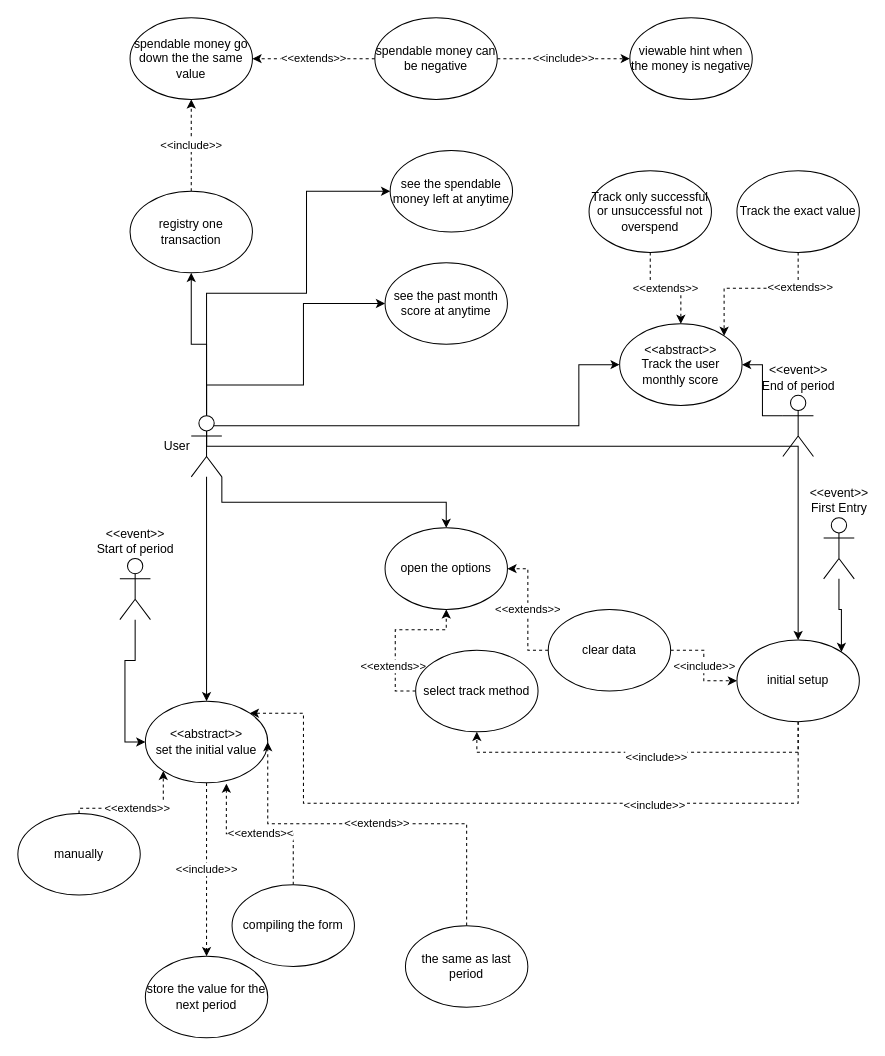
This is Untitled Diagram.drawio from HSCnoKenju/DoggyBank, a draw.io file, before an edit. Source tidied: cells renumbered, new cells numbered last; positions are measured from the earlier drawing's top-left corner, leaving out a move shared by most shapes. Both pictures are drawn from the tidied source at 102%, with x=0, y=0 at pixel (17, 17).
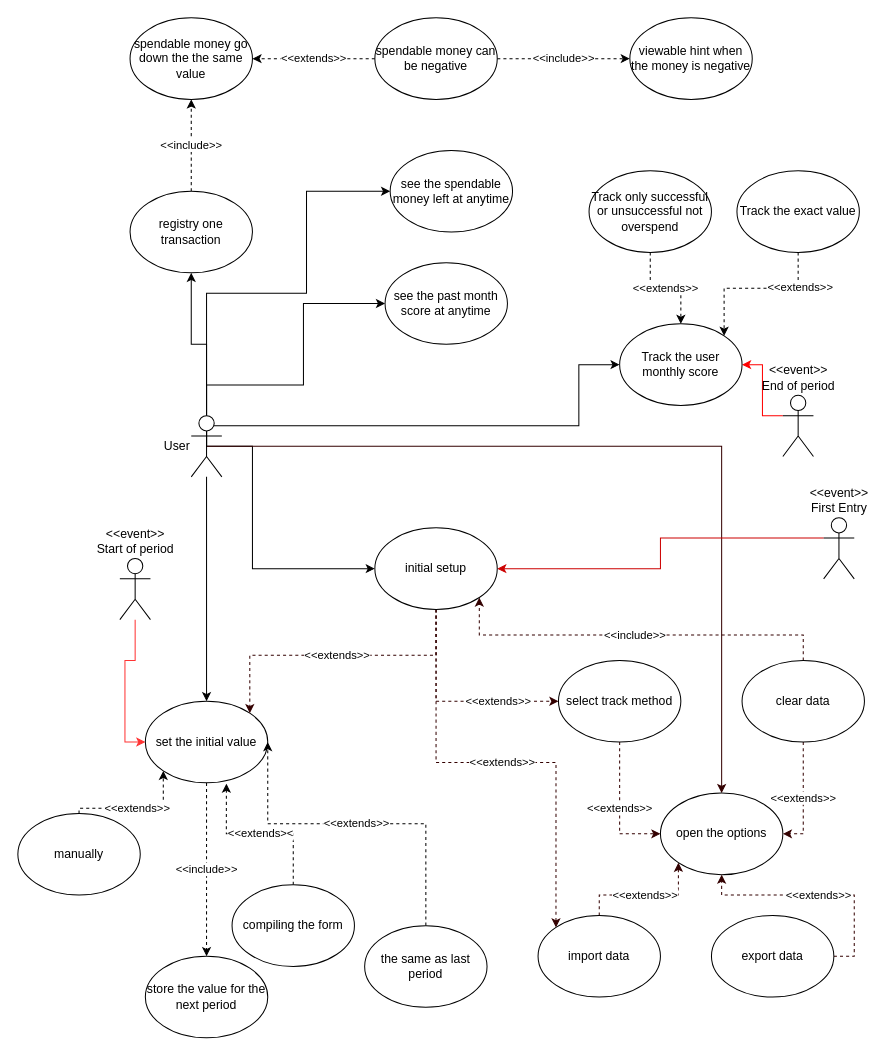
Above is the later version.

Commit message:
complete the diagram with import-export data

The change refers to these unchanged cells:
```xml
<mxCell id="9" value="&lt;div&gt;User&lt;/div&gt;" style="shape=umlActor;verticalLabelPosition=middle;verticalAlign=middle;html=1;outlineConnect=0;fontFamily=Helvetica;labelPosition=left;align=right;" parent="1" vertex="1">
  <mxGeometry x="170" y="390" width="30" height="60" as="geometry" />
</mxCell>
<mxCell id="11" value="&lt;div align=&quot;center&quot;&gt;&lt;br&gt;&lt;/div&gt;&lt;div align=&quot;center&quot;&gt;&lt;br&gt;&lt;/div&gt;&lt;div align=&quot;center&quot;&gt;&amp;lt;&amp;lt;event&amp;gt;&amp;gt;&lt;/div&gt;&lt;div align=&quot;center&quot;&gt;Start of period&lt;/div&gt;" style="shape=umlActor;verticalLabelPosition=top;verticalAlign=bottom;html=1;outlineConnect=0;fontFamily=Helvetica;labelPosition=center;align=center;" parent="1" vertex="1">
  <mxGeometry x="100" y="530" width="30" height="60" as="geometry" />
</mxCell>
<mxCell id="13" value="&lt;div&gt;&amp;lt;&amp;lt;event&amp;gt;&amp;gt;&lt;/div&gt;&lt;div&gt;End of period&lt;/div&gt;" style="shape=umlActor;verticalLabelPosition=top;verticalAlign=bottom;html=1;outlineConnect=0;fontFamily=Helvetica;labelPosition=center;align=center;" parent="1" vertex="1">
  <mxGeometry x="750" y="370" width="30" height="60" as="geometry" />
</mxCell>
<mxCell id="46" value="&lt;div&gt;&amp;lt;&amp;lt;event&amp;gt;&amp;gt;&lt;/div&gt;&lt;div&gt;First Entry&lt;br&gt;&lt;/div&gt;" style="shape=umlActor;verticalLabelPosition=top;verticalAlign=bottom;html=1;outlineConnect=0;fontFamily=Helvetica;align=center;labelPosition=center;" parent="1" vertex="1">
  <mxGeometry x="790" y="490" width="30" height="60" as="geometry" />
</mxCell>
```

The edit, as a diff of the source:
```diff
@@
+    <mxCell id="8" style="edgeStyle=orthogonalEdgeStyle;rounded=0;jettySize=auto;html=1;exitX=0.5;exitY=0.5;exitDx=0;exitDy=0;exitPerimeter=0;entryX=0;entryY=0.5;entryDx=0;entryDy=0;" parent="1" edge="1" source="9" target="51">
+      <mxGeometry relative="1" as="geometry">
+        <Array as="points">
+          <mxPoint x="230" y="420" />
+          <mxPoint x="230" y="540" />
+        </Array>
+      </mxGeometry>
+    </mxCell>
-    <mxCell id="7" style="edgeStyle=orthogonalEdgeStyle;rounded=0;jettySize=auto;html=1;exitX=1;exitY=1;exitDx=0;exitDy=0;exitPerimeter=0;entryX=0.5;entryY=0;entryDx=0;entryDy=0;fontFamily=Helvetica;" parent="1" edge="1" source="9" target="38">
+    <mxCell id="7" style="edgeStyle=orthogonalEdgeStyle;rounded=0;jettySize=auto;html=1;exitX=0.5;exitY=0.5;exitDx=0;exitDy=0;exitPerimeter=0;strokeColor=#330000;" parent="1" edge="1" source="9" target="38">
       <mxGeometry relative="1" as="geometry" />
     </mxCell>
-    <mxCell id="8" style="edgeStyle=orthogonalEdgeStyle;rounded=0;jettySize=auto;html=1;exitX=0.5;exitY=0.5;exitDx=0;exitDy=0;exitPerimeter=0;entryX=0.5;entryY=0;entryDx=0;entryDy=0;fontFamily=Helvetica;" parent="1" edge="1" source="9" target="51">
-      <mxGeometry relative="1" as="geometry" />
-    </mxCell>
@@
-    <mxCell id="10" style="edgeStyle=orthogonalEdgeStyle;rounded=0;jettySize=auto;html=1;entryX=0;entryY=0.5;entryDx=0;entryDy=0;fontFamily=Helvetica;" parent="1" edge="1" source="11" target="15">
+    <mxCell id="10" style="edgeStyle=orthogonalEdgeStyle;rounded=0;jettySize=auto;html=1;entryX=0;entryY=0.5;entryDx=0;entryDy=0;fontFamily=Helvetica;strokeColor=#FF3333;" parent="1" edge="1" source="11" target="15">
       <mxGeometry relative="1" as="geometry" />
     </mxCell>
@@
-    <mxCell id="12" style="edgeStyle=orthogonalEdgeStyle;rounded=0;jettySize=auto;html=1;exitX=0;exitY=0.3333333333333333;exitDx=0;exitDy=0;exitPerimeter=0;entryX=1;entryY=0.5;entryDx=0;entryDy=0;fontFamily=Helvetica;" parent="1" edge="1" source="13" target="32">
+    <mxCell id="12" style="edgeStyle=orthogonalEdgeStyle;rounded=0;jettySize=auto;html=1;exitX=0;exitY=0.3333333333333333;exitDx=0;exitDy=0;exitPerimeter=0;entryX=1;entryY=0.5;entryDx=0;entryDy=0;fontFamily=Helvetica;strokeColor=#FF0000;" parent="1" edge="1" source="13" target="32">
       <mxGeometry relative="1" as="geometry" />
     </mxCell>
@@
-    <mxCell id="15" value="&lt;div&gt;&amp;lt;&amp;lt;abstract&amp;gt;&amp;gt;&lt;/div&gt;&lt;div&gt;set the initial value&lt;/div&gt;" style="ellipse;whiteSpace=wrap;html=1;fontFamily=Helvetica;align=center;" parent="1" vertex="1">
+    <mxCell id="15" value="&lt;div&gt;set the initial value&lt;/div&gt;" style="ellipse;whiteSpace=wrap;html=1;fontFamily=Helvetica;align=center;" parent="1" vertex="1">
       <mxGeometry x="125" y="670" width="120" height="80" as="geometry" />
     </mxCell>
@@
     <mxCell id="20" value="&amp;lt;&amp;lt;extends&amp;gt;&amp;gt;" style="edgeStyle=orthogonalEdgeStyle;rounded=0;jettySize=auto;html=1;exitX=0.5;exitY=0;exitDx=0;exitDy=0;entryX=1;entryY=0.5;entryDx=0;entryDy=0;dashed=1;fontFamily=Helvetica;" parent="1" edge="1" source="21" target="15">
       <mxGeometry relative="1" as="geometry">
         <Array as="points">
-          <mxPoint x="440" y="790" />
+          <mxPoint x="400" y="790" />
           <mxPoint x="245" y="790" />
         </Array>
       </mxGeometry>
     </mxCell>
     <mxCell id="21" value="the same as last period" style="ellipse;whiteSpace=wrap;html=1;fontFamily=Helvetica;align=center;" parent="1" vertex="1">
-      <mxGeometry x="380" y="890" width="120" height="80" as="geometry" />
+      <mxGeometry x="340" y="890" width="120" height="80" as="geometry" />
     </mxCell>
@@
-    <mxCell id="32" value="&lt;div&gt;&amp;lt;&amp;lt;abstract&amp;gt;&amp;gt;&lt;/div&gt;&lt;div&gt;Track the user monthly score&lt;/div&gt;" style="ellipse;whiteSpace=wrap;html=1;fontFamily=Helvetica;align=center;" parent="1" vertex="1">
+    <mxCell id="32" value="&lt;div&gt;Track the user monthly score&lt;/div&gt;" style="ellipse;whiteSpace=wrap;html=1;fontFamily=Helvetica;align=center;" parent="1" vertex="1">
       <mxGeometry x="590" y="300" width="120" height="80" as="geometry" />
     </mxCell>
@@
     <mxCell id="38" value="open the options" style="ellipse;whiteSpace=wrap;html=1;fontFamily=Helvetica;align=center;" parent="1" vertex="1">
-      <mxGeometry x="360" y="500" width="120" height="80" as="geometry" />
+      <mxGeometry x="630" y="760" width="120" height="80" as="geometry" />
     </mxCell>
-    <mxCell id="39" value="&amp;lt;&amp;lt;extends&amp;gt;&amp;gt;" style="edgeStyle=orthogonalEdgeStyle;rounded=0;jettySize=auto;html=1;exitX=0;exitY=0.5;exitDx=0;exitDy=0;entryX=1;entryY=0.5;entryDx=0;entryDy=0;fontFamily=Helvetica;dashed=1;" parent="1" edge="1" source="41" target="38">
+    <mxCell id="39" value="&amp;lt;&amp;lt;extends&amp;gt;&amp;gt;" style="edgeStyle=orthogonalEdgeStyle;rounded=0;jettySize=auto;html=1;exitX=0.5;exitY=1;exitDx=0;exitDy=0;entryX=1;entryY=0.5;entryDx=0;entryDy=0;dashed=1;strokeColor=#330000;" parent="1" edge="1" source="41" target="38">
       <mxGeometry relative="1" as="geometry" />
     </mxCell>
-    <mxCell id="40" value="&amp;lt;&amp;lt;include&amp;gt;&amp;gt;" style="edgeStyle=orthogonalEdgeStyle;rounded=0;jettySize=auto;html=1;startArrow=none;startFill=0;endArrow=classic;endFill=1;strokeColor=#000000;fontFamily=Helvetica;dashed=1;" parent="1" edge="1" source="41" target="51">
+    <mxCell id="40" value="&amp;lt;&amp;lt;include&amp;gt;&amp;gt;" style="edgeStyle=orthogonalEdgeStyle;rounded=0;jettySize=auto;html=1;exitX=0.5;exitY=0;exitDx=0;exitDy=0;entryX=1;entryY=1;entryDx=0;entryDy=0;dashed=1;strokeColor=#330000;" parent="1" edge="1" source="41" target="51">
       <mxGeometry relative="1" as="geometry" />
     </mxCell>
     <mxCell id="41" value="clear data" style="ellipse;whiteSpace=wrap;html=1;fontFamily=Helvetica;align=center;" parent="1" vertex="1">
-      <mxGeometry x="520" y="580" width="120" height="80" as="geometry" />
+      <mxGeometry x="710" y="630" width="120" height="80" as="geometry" />
     </mxCell>
-    <mxCell id="42" style="edgeStyle=orthogonalEdgeStyle;rounded=0;jettySize=auto;html=1;exitX=0;exitY=0.5;exitDx=0;exitDy=0;entryX=0.5;entryY=1;entryDx=0;entryDy=0;dashed=1;fontFamily=Helvetica;" parent="1" edge="1" source="44" target="38">
+    <mxCell id="42" value="&amp;lt;&amp;lt;extends&amp;gt;&amp;gt;" style="edgeStyle=orthogonalEdgeStyle;rounded=0;jettySize=auto;html=1;exitX=0.5;exitY=1;exitDx=0;exitDy=0;entryX=0;entryY=0.5;entryDx=0;entryDy=0;strokeColor=#330000;dashed=1;" parent="1" edge="1" source="44" target="38">
       <mxGeometry relative="1" as="geometry" />
     </mxCell>
-    <mxCell id="43" value="&amp;lt;&amp;lt;extends&amp;gt;&amp;gt;" style="edgeLabel;html=1;align=center;verticalAlign=middle;fontFamily=Helvetica;" parent="42" vertex="1">
-      <mxGeometry x="-0.4" y="3" relative="1" as="geometry" />
-    </mxCell>
     <mxCell id="44" value="select track method" style="ellipse;whiteSpace=wrap;html=1;fontFamily=Helvetica;align=center;" parent="1" vertex="1">
-      <mxGeometry x="390" y="620" width="120" height="80" as="geometry" />
+      <mxGeometry x="530" y="630" width="120" height="80" as="geometry" />
     </mxCell>
-    <mxCell id="45" style="edgeStyle=orthogonalEdgeStyle;rounded=0;jettySize=auto;html=1;entryX=1;entryY=0;entryDx=0;entryDy=0;fontFamily=Helvetica;" parent="1" edge="1" source="46" target="51">
+    <mxCell id="45" style="edgeStyle=orthogonalEdgeStyle;rounded=0;jettySize=auto;html=1;exitX=0;exitY=0.3333333333333333;exitDx=0;exitDy=0;exitPerimeter=0;entryX=1;entryY=0.5;entryDx=0;entryDy=0;strokeColor=#CC0000;" parent="1" edge="1" source="46" target="51">
       <mxGeometry relative="1" as="geometry" />
     </mxCell>
@@
+    <mxCell id="52" value="&amp;lt;&amp;lt;extends&amp;gt;&amp;gt;" style="edgeStyle=orthogonalEdgeStyle;rounded=0;jettySize=auto;html=1;exitX=0.5;exitY=1;exitDx=0;exitDy=0;entryX=0;entryY=0;entryDx=0;entryDy=0;dashed=1;strokeColor=#330000;" parent="1" edge="1" source="51" target="54">
+      <mxGeometry relative="1" as="geometry" />
+    </mxCell>
+    <mxCell id="49" value="&amp;lt;&amp;lt;extends&amp;gt;&amp;gt;" style="edgeStyle=orthogonalEdgeStyle;rounded=0;jettySize=auto;html=1;exitX=0.5;exitY=1;exitDx=0;exitDy=0;entryX=1;entryY=0;entryDx=0;entryDy=0;dashed=1;strokeColor=#330000;" parent="1" edge="1" source="51" target="15">
+      <mxGeometry relative="1" as="geometry" />
+    </mxCell>
-    <mxCell id="47" style="edgeStyle=orthogonalEdgeStyle;rounded=0;jettySize=auto;html=1;exitX=0.5;exitY=1;exitDx=0;exitDy=0;entryX=0.5;entryY=1;entryDx=0;entryDy=0;dashed=1;startArrow=none;startFill=0;endArrow=classic;endFill=1;strokeColor=#000000;fontFamily=Helvetica;" parent="1" edge="1" source="51" target="44">
-      <mxGeometry relative="1" as="geometry" />
+    <mxCell id="47" value="&amp;lt;&amp;lt;extends&amp;gt;&amp;gt;" style="edgeStyle=orthogonalEdgeStyle;rounded=0;jettySize=auto;html=1;exitX=0.5;exitY=1;exitDx=0;exitDy=0;entryX=0;entryY=0.5;entryDx=0;entryDy=0;dashed=1;strokeColor=#330000;" parent="1" edge="1" source="51" target="44">
+      <mxGeometry x="0.43" relative="1" as="geometry">
+        <mxPoint x="1" as="offset" />
+      </mxGeometry>
     </mxCell>
-    <mxCell id="48" value="&amp;lt;&amp;lt;include&amp;gt;&amp;gt;" style="edgeLabel;html=1;align=center;verticalAlign=middle;fontFamily=Helvetica;" parent="47" vertex="1">
-      <mxGeometry x="-0.07" y="4" relative="1" as="geometry" />
-    </mxCell>
-    <mxCell id="49" style="edgeStyle=orthogonalEdgeStyle;rounded=0;jettySize=auto;html=1;exitX=0.5;exitY=1;exitDx=0;exitDy=0;dashed=1;startArrow=none;startFill=0;endArrow=classic;endFill=1;strokeColor=#000000;fontFamily=Helvetica;entryX=1;entryY=0;entryDx=0;entryDy=0;" parent="1" edge="1" source="51" target="15">
-      <mxGeometry relative="1" as="geometry">
-        <Array as="points">
-          <mxPoint x="765" y="770" />
-          <mxPoint x="280" y="770" />
-          <mxPoint x="280" y="682" />
-        </Array>
-      </mxGeometry>
-    </mxCell>
-    <mxCell id="50" value="&amp;lt;&amp;lt;include&amp;gt;&amp;gt;" style="edgeLabel;html=1;align=center;verticalAlign=middle;fontFamily=Helvetica;" parent="49" vertex="1">
-      <mxGeometry x="-0.37" y="1" relative="1" as="geometry" />
-    </mxCell>
     <mxCell id="51" value="initial setup" style="ellipse;whiteSpace=wrap;html=1;fontFamily=Helvetica;align=center;" parent="1" vertex="1">
-      <mxGeometry x="705" y="610" width="120" height="80" as="geometry" />
+      <mxGeometry x="350" y="500" width="120" height="80" as="geometry" />
     </mxCell>
+    <mxCell id="53" value="&amp;lt;&amp;lt;extends&amp;gt;&amp;gt;" style="edgeStyle=orthogonalEdgeStyle;rounded=0;jettySize=auto;html=1;exitX=0.5;exitY=0;exitDx=0;exitDy=0;entryX=0;entryY=1;entryDx=0;entryDy=0;dashed=1;strokeColor=#330000;" parent="1" edge="1" source="54" target="38">
+      <mxGeometry relative="1" as="geometry" />
+    </mxCell>
+    <mxCell id="54" value="import data" style="ellipse;whiteSpace=wrap;html=1;" parent="1" vertex="1">
+      <mxGeometry x="510" y="880" width="120" height="80" as="geometry" />
+    </mxCell>
+    <mxCell id="55" value="&amp;lt;&amp;lt;extends&amp;gt;&amp;gt;" style="edgeStyle=orthogonalEdgeStyle;rounded=0;jettySize=auto;html=1;exitX=1;exitY=0.5;exitDx=0;exitDy=0;dashed=1;strokeColor=#330000;" parent="1" edge="1" source="56" target="38">
+      <mxGeometry relative="1" as="geometry" />
+    </mxCell>
+    <mxCell id="56" value="export data" style="ellipse;whiteSpace=wrap;html=1;" parent="1" vertex="1">
+      <mxGeometry x="680" y="880" width="120" height="80" as="geometry" />
+    </mxCell>
```
